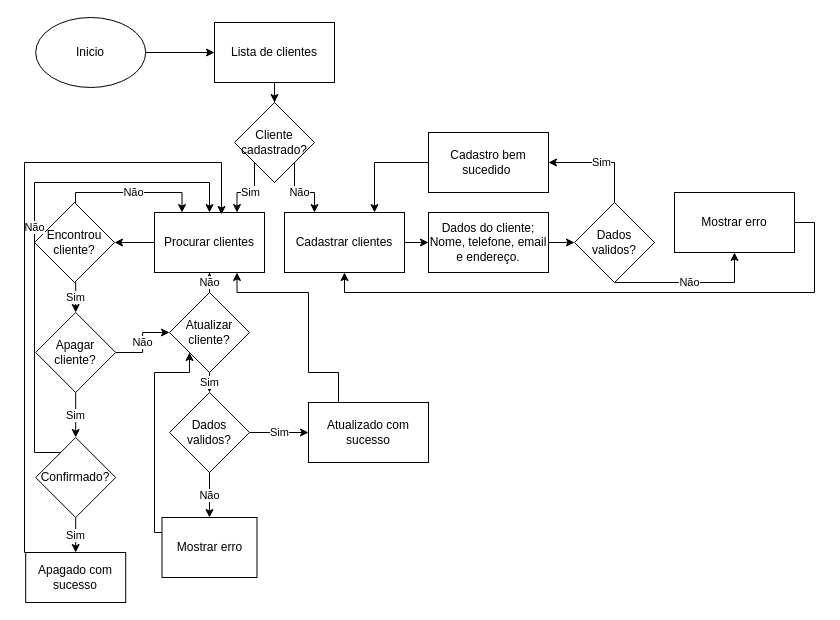
Before: page "Página-1" (1 of 6) of doc/fluxograma.drawio in D3ise/fluxograma, a draw.io diagram. Source tidied: cells renumbered, new cells numbered last; positions are measured from the earlier drawing's top-left corner, leaving out a move shared by most shapes. Both pictures are drawn from the tidied source at 100%, with x=0, y=0 at pixel (24, 17).
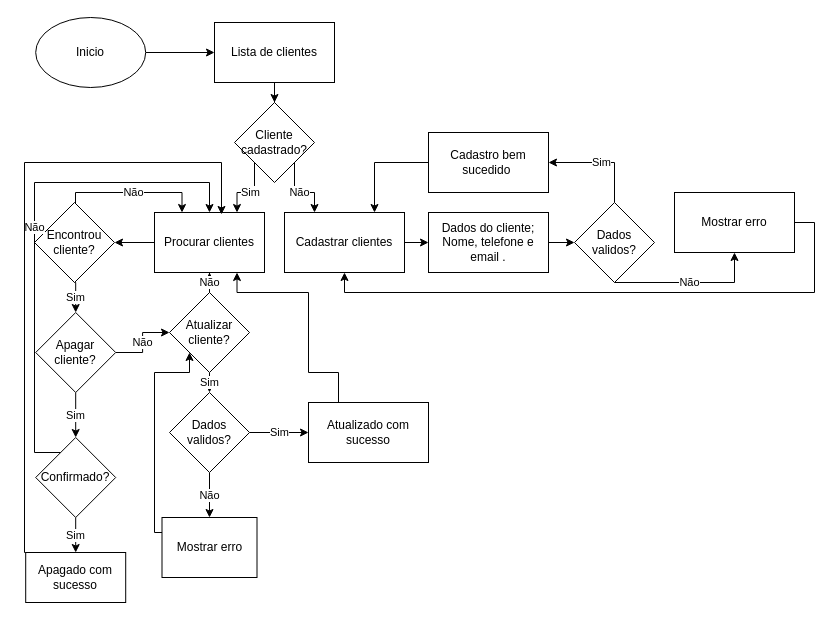
The same diagram, later.

What changed in the source:
```diff
@@
-    <mxCell id="7" value="Dados do cliente; Nome, telefone, email e endereço." style="rounded=0;whiteSpace=wrap;html=1;" parent="1" vertex="1">
+    <mxCell id="7" value="Dados do cliente; Nome, telefone e email ." style="rounded=0;whiteSpace=wrap;html=1;" parent="1" vertex="1">
       <mxGeometry x="404" y="195" width="120" height="60" as="geometry" />
     </mxCell>
```
